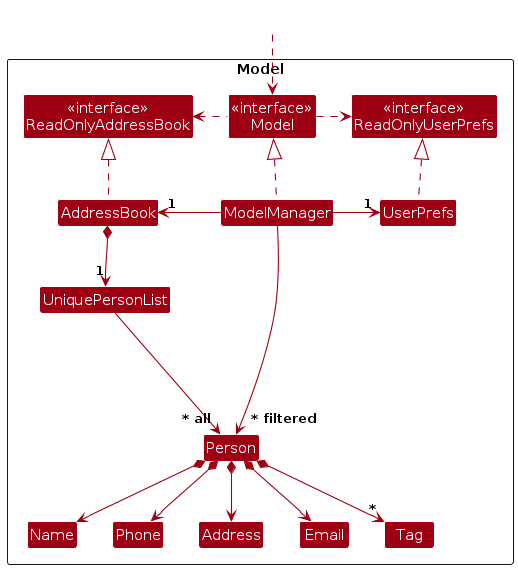
Before: diagrams/ModelClassDiagram.png, a diagram exported from PlantUML (AY2627S1-CS2103T-F14a-3/tp). Its source is kept beside it as diagrams/ModelClassDiagram.puml.
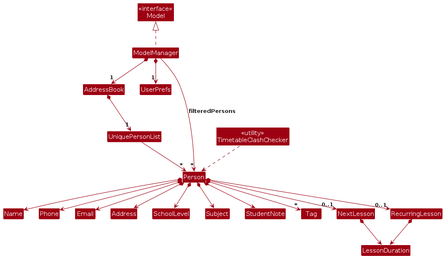
Later version of the same file.

The edit, as a diff of the source:
```diff
@@ -4,51 +4,45 @@
 skinparam arrowColor MODEL_COLOR
 skinparam classBackgroundColor MODEL_COLOR
 
-Package Model as ModelPackage <<Rectangle>>{
-Class "<<interface>>\nReadOnlyAddressBook" as ReadOnlyAddressBook
-Class "<<interface>>\nReadOnlyUserPrefs" as ReadOnlyUserPrefs
 Class "<<interface>>\nModel" as Model
+Class ModelManager
 Class AddressBook
-Class ModelManager
+Class UniquePersonList
 Class UserPrefs
-
-Class UniquePersonList
 Class Person
-Class Address
-Class Email
 Class Name
 Class Phone
+Class Email
+Class Address
+Class SchoolLevel
+Class Subject
+Class StudentNote
 Class Tag
+Class NextLesson
+Class RecurringLesson
+Class LessonDuration
+Class "<<utility>>\nTimetableClashChecker" as TimetableClashChecker
 
-Class I #FFFFFF
-}
-
-Class HiddenOutside #FFFFFF
-HiddenOutside ..> Model
-
-AddressBook .up.|> ReadOnlyAddressBook
-
-ModelManager .up.|> Model
-Model .right.> ReadOnlyUserPrefs
-Model .left.> ReadOnlyAddressBook
-ModelManager -left-> "1" AddressBook
-ModelManager -right-> "1" UserPrefs
-UserPrefs .up.|> ReadOnlyUserPrefs
+Model <|.. ModelManager
+ModelManager *--> "1" AddressBook
+ModelManager *--> "1" UserPrefs
+ModelManager --> "*" Person : filteredPersons
 
 AddressBook *--> "1" UniquePersonList
-UniquePersonList --> "~* all" Person
+UniquePersonList --> "*" Person
+
 Person *--> Name
 Person *--> Phone
 Person *--> Email
 Person *--> Address
+Person *--> SchoolLevel
+Person *--> Subject
+Person *--> StudentNote
 Person *--> "*" Tag
+Person *--> "0..1" NextLesson
+Person *--> "0..1" RecurringLesson
+NextLesson *--> LessonDuration
+RecurringLesson *--> LessonDuration
 
-Person -[hidden]up--> I
-UniquePersonList -[hidden]right-> I
-
-Name -[hidden]right-> Phone
-Phone -[hidden]right-> Address
-Address -[hidden]right-> Email
-
-ModelManager --> "~* filtered" Person
+TimetableClashChecker ..> Person
 @enduml
```
